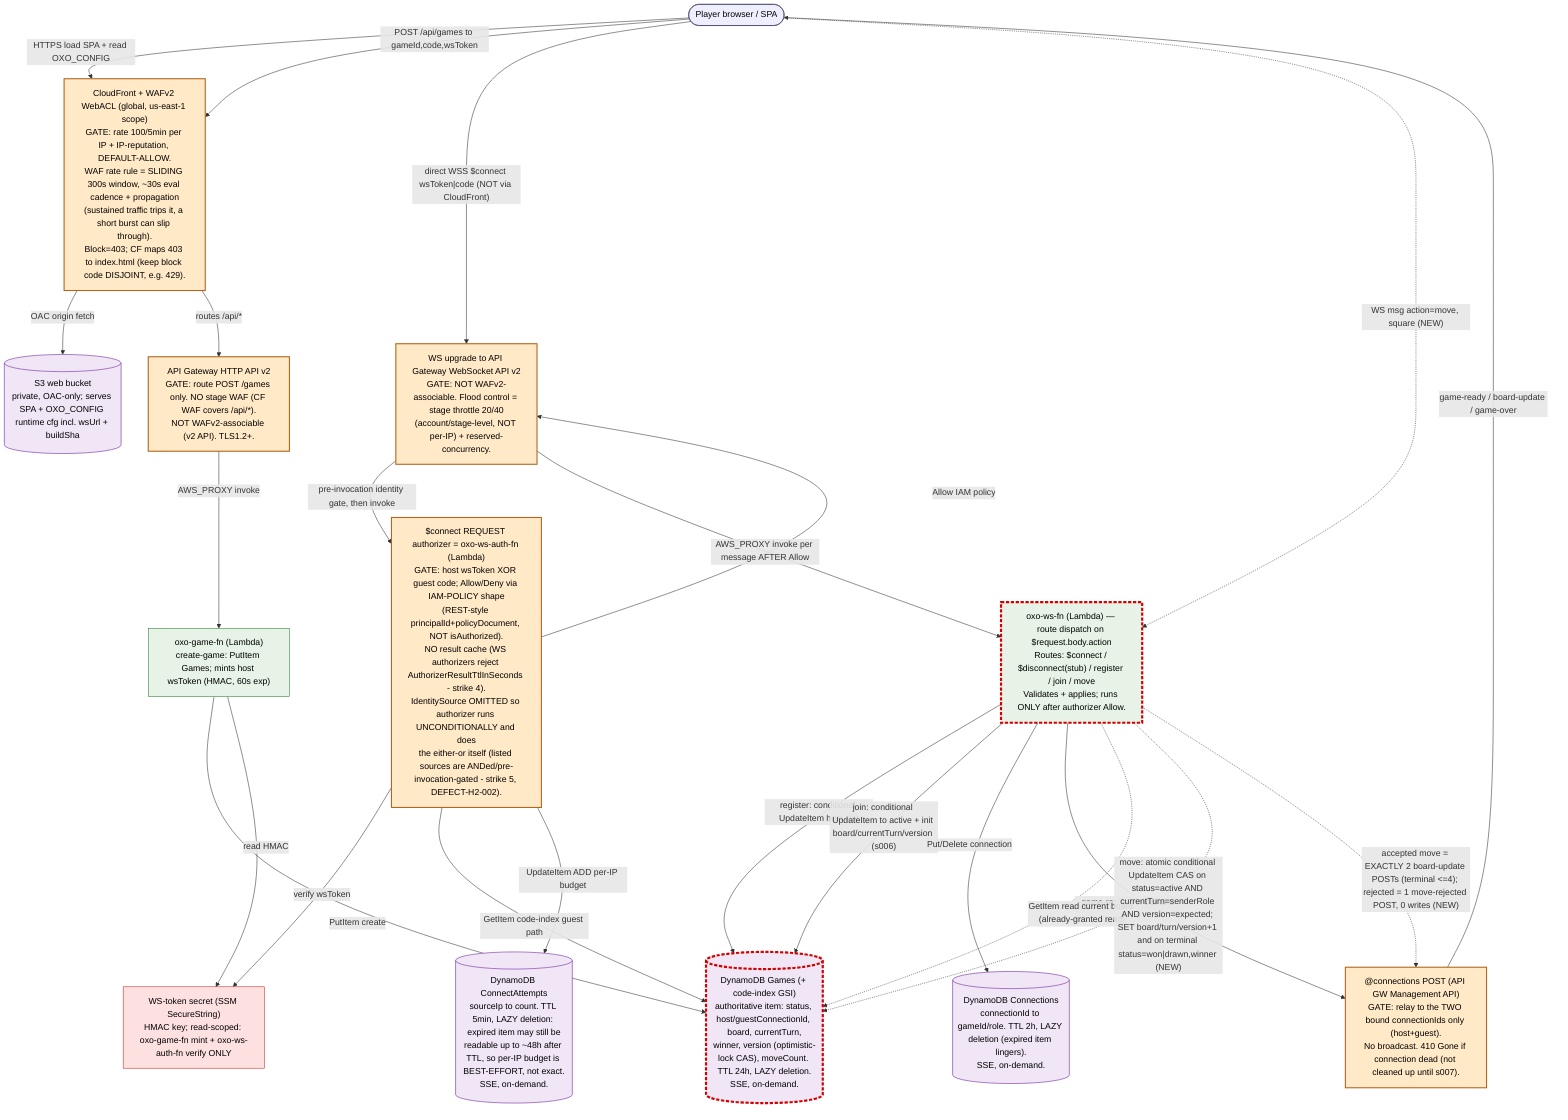
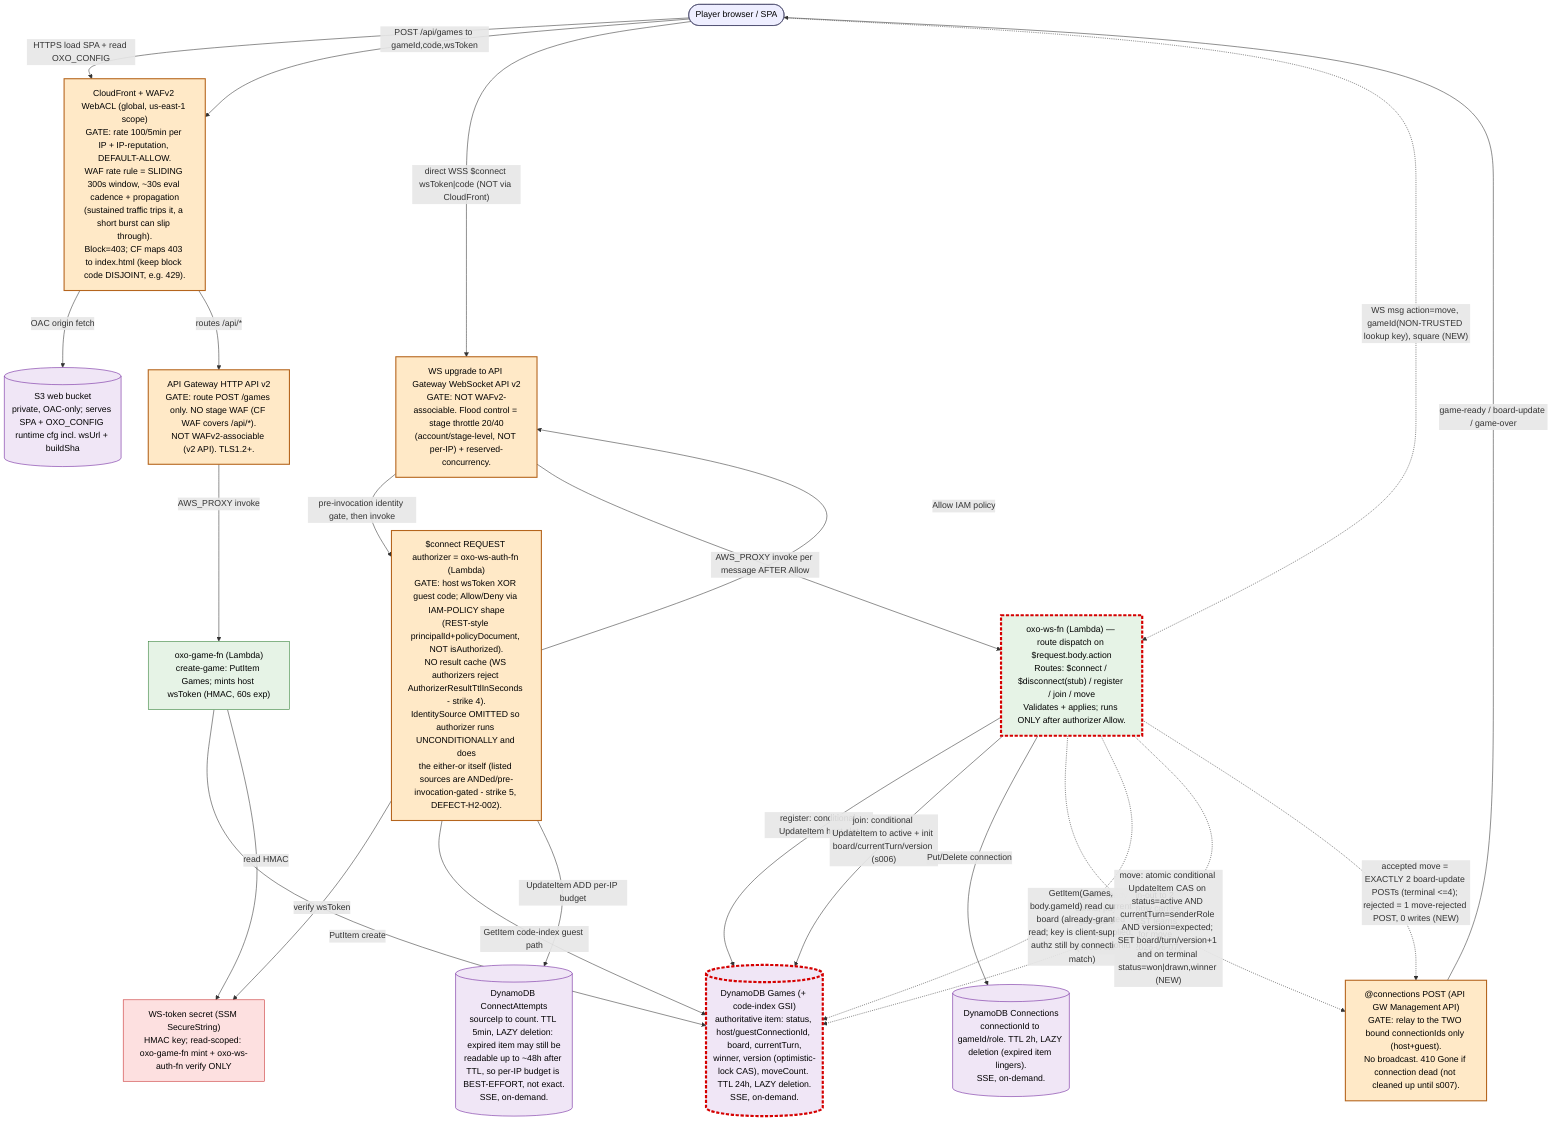
%% oxo-online runtime data-flow — FIRST EDITION (s006, OI-31 architect share, process §12a)
%% Platform GATES are explicit nodes. Non-obvious platform semantics are named ON the node.
%% This file is the TESTER's planning input. classDef changed marks THIS slice's (s006) delta.
%% Granularity: module / gate level (coarse). Built scope only (deferred items are NOT drawn).

flowchart TD

  %% ---- Edge / SPA path (HTTPS) ----
  player(["Player browser / SPA"]):::actor
  cfwaf["CloudFront + WAFv2 WebACL (global, us-east-1 scope)<br/>GATE: rate 100/5min per IP + IP-reputation, DEFAULT-ALLOW.<br/>WAF rate rule = SLIDING 300s window, ~30s eval cadence + propagation<br/>(sustained traffic trips it, a short burst can slip through).<br/>Block=403; CF maps 403 to index.html (keep block code DISJOINT, e.g. 429)."]:::gate
  s3[("S3 web bucket<br/>private, OAC-only; serves SPA + OXO_CONFIG runtime cfg incl. wsUrl + buildSha")]:::store
  httpapi["API Gateway HTTP API v2<br/>GATE: route POST /games only. NO stage WAF (CF WAF covers /api/*).<br/>NOT WAFv2-associable (v2 API). TLS1.2+."]:::gate
  gamefn["oxo-game-fn (Lambda)<br/>create-game: PutItem Games; mints host wsToken (HMAC, 60s exp)"]:::compute
  secret["WS-token secret (SSM SecureString)<br/>HMAC key; read-scoped: oxo-game-fn mint + oxo-ws-auth-fn verify ONLY"]:::secret

  %% ---- WebSocket path (WSS, NOT via CloudFront) ----
  wsupgrade["WS upgrade to API Gateway WebSocket API v2<br/>GATE: NOT WAFv2-associable. Flood control = stage throttle 20/40<br/>(account/stage-level, NOT per-IP) + reserved-concurrency."]:::gate
  wsauth["$connect REQUEST authorizer = oxo-ws-auth-fn (Lambda)<br/>GATE: host wsToken XOR guest code; Allow/Deny via IAM-POLICY shape<br/>(REST-style principalId+policyDocument, NOT isAuthorized).<br/>NO result cache (WS authorizers reject AuthorizerResultTtlInSeconds - strike 4).<br/>IdentitySource OMITTED so authorizer runs UNCONDITIONALLY and does<br/>the either-or itself (listed sources are ANDed/pre-invocation-gated - strike 5, DEFECT-H2-002)."]:::gate
  attempts[("DynamoDB ConnectAttempts<br/>sourceIp to count. TTL 5min, LAZY deletion: expired item may still be<br/>readable up to ~48h after TTL, so per-IP budget is BEST-EFFORT, not exact.<br/>SSE, on-demand.")]:::store
  wsfn["oxo-ws-fn (Lambda) — route dispatch on $request.body.action<br/>Routes: $connect / $disconnect(stub) / register / join / move<br/>Validates + applies; runs ONLY after authorizer Allow."]:::compute
  conn[("DynamoDB Connections<br/>connectionId to gameId/role. TTL 2h, LAZY deletion (expired item lingers).<br/>SSE, on-demand.")]:::store
  games[("DynamoDB Games (+ code-index GSI)<br/>authoritative item: status, host/guestConnectionId, board, currentTurn,<br/>winner, version (optimistic-lock CAS), moveCount. TTL 24h, LAZY deletion.<br/>SSE, on-demand.")]:::store
  relay["@connections POST (API GW Management API)<br/>GATE: relay to the TWO bound connectionIds only (host+guest).<br/>No broadcast. 410 Gone if connection dead (not cleaned up until s007)."]:::gate

  %% ---- Existing edges (built s001..s005-h2) ----
  player -->|"HTTPS load SPA + read OXO_CONFIG"| cfwaf
  cfwaf -->|"OAC origin fetch"| s3
  cfwaf -->|"routes /api/*"| httpapi
  player -->|"POST /api/games to gameId,code,wsToken"| cfwaf
  httpapi -->|"AWS_PROXY invoke"| gamefn
  gamefn -->|"PutItem create"| games
  gamefn -->|"read HMAC"| secret

  player -->|"direct WSS $connect wsToken|code (NOT via CloudFront)"| wsupgrade
  wsupgrade -->|"pre-invocation identity gate, then invoke"| wsauth
  wsauth -->|"verify wsToken"| secret
  wsauth -->|"GetItem code-index guest path"| games
  wsauth -->|"UpdateItem ADD per-IP budget"| attempts
  wsauth -->|"Allow IAM policy"| wsupgrade
  wsupgrade -->|"AWS_PROXY invoke per message AFTER Allow"| wsfn
  wsfn -->|"register: conditional UpdateItem host slot"| games
  wsfn -->|"join: conditional UpdateItem to active + init board/currentTurn/version (s006)"| games
  wsfn -->|"Put/Delete connection"| conn
-   wsfn -->|"game-ready fan-out to 2 conns"| relay
+   wsfn -.->|"game-ready fan-out to 2 conns; payload now carries gameId so GUEST learns its lookup key for move (s006 AMEND 2026-06-07)"| relay
  relay -->|"game-ready / board-update / game-over"| player

  %% ---- s006 NEW data flow: move relay (CHANGED, dotted) ----
-   player -.->|"WS msg action=move, square (NEW)"| wsfn
-   wsfn -.->|"GetItem read current board (already-granted read)"| games
+   %% AMEND 2026-06-07: move frame carries gameId as a NON-TRUSTED LOOKUP KEY (selects
+   %% the Games item to read; NOT an identity/role claim). Authorization is the
+   %% server-side match of the REAL requestContext.connectionId vs stored host/guest
+   %% ConnectionId; forged gameId resolves a game the sender is not in -> reject, no
+   %% write. This is why NO Connections-read edge is added on the move path (S5 intact).
+   %% game-ready fan-out (line 44 / join.ts) must now also carry gameId so the GUEST
+   %% (joins by code) can supply the lookup key.
+   player -.->|"WS msg action=move, gameId(NON-TRUSTED lookup key), square (NEW)"| wsfn
+   wsfn -.->|"GetItem(Games, body.gameId) read current board (already-granted read; key is client-supplied, authz still by connectionId match)"| games
  wsfn -.->|"move: atomic conditional UpdateItem CAS on status=active AND currentTurn=senderRole AND version=expected; SET board/turn/version+1 and on terminal status=won|drawn,winner (NEW)"| games
  wsfn -.->|"accepted move = EXACTLY 2 board-update POSTs (terminal <=4); rejected = 1 move-rejected POST, 0 writes (NEW)"| relay

  %% ---- classDef ----
  classDef actor fill:#eef,stroke:#446,color:#000;
  classDef gate fill:#ffe9c7,stroke:#b5651d,color:#000,stroke-width:2px;
  classDef compute fill:#e6f3e6,stroke:#2e7d32,color:#000;
  classDef store fill:#f0e6f6,stroke:#6a1b9a,color:#000;
  classDef secret fill:#fde0e0,stroke:#c62828,color:#000;
  classDef changed stroke:#d50000,stroke-width:4px,stroke-dasharray:6 3;

  %% s006 changed nodes (the move handler is the touched compute; Games gains move-write semantics)
  class wsfn changed;
  class games changed;

  %% s006 changed EDGES are the dotted (-.->) edges above:
  %%   player->wsfn (move msg), wsfn->games (read), wsfn->games (move CAS write), wsfn->relay (2-post relay).
  %% Tester: plan move-relay test coverage from the dashed-red nodes and dotted edges.
